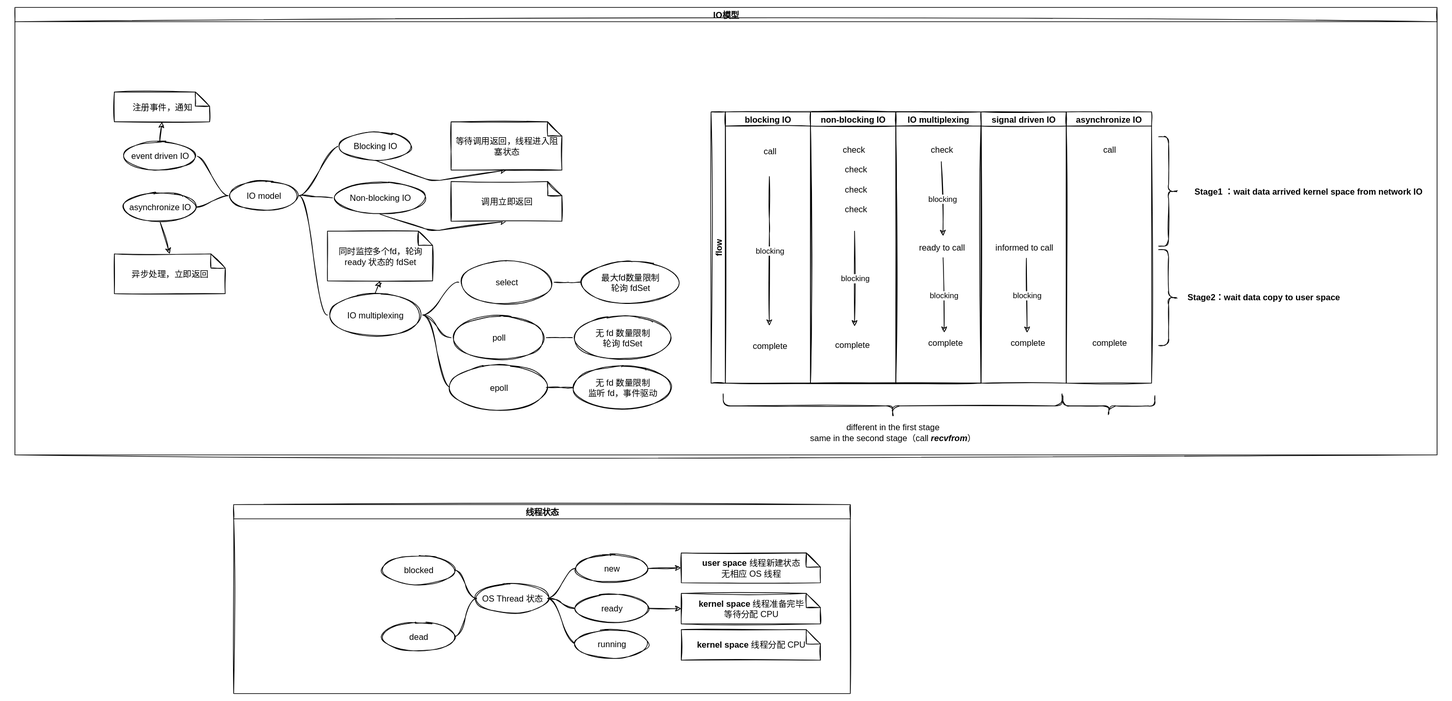
Earlier version of the draw.io export Mindmap/IO模型导图.svg (justin4v/ZettelNotes). Source tidied: cells renumbered, new cells last; positions are measured from the earlier drawing's top-left corner, leaving out a move shared by most shapes.
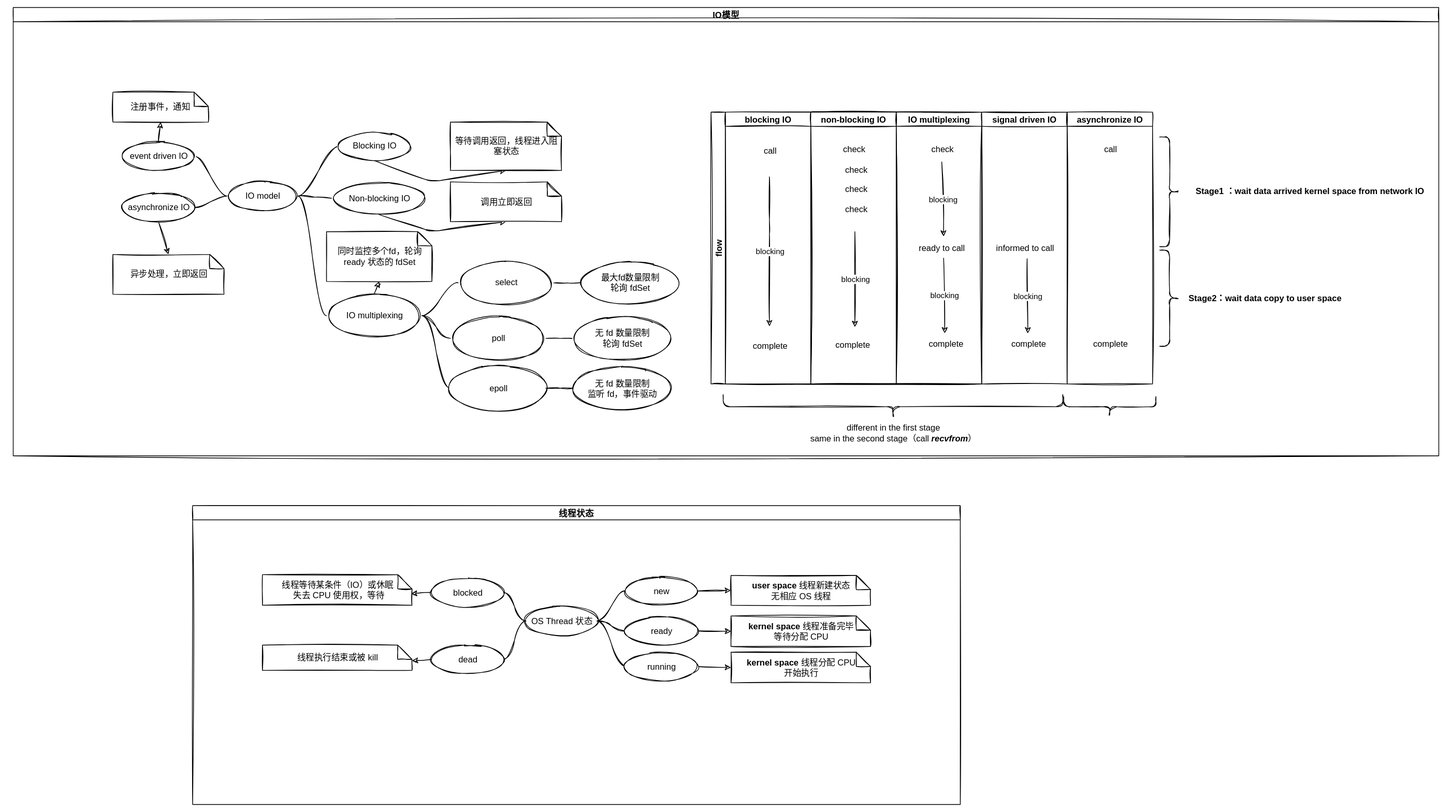
The same diagram one commit later.

The edit, as a diff of the source:
```diff
@@ -238,10 +238,10 @@
       <mxGeometry x="1610" y="182" width="28" height="154" as="geometry" />
     </mxCell>
     <mxCell id="74" value="线程状态" style="swimlane;startSize=20;horizontal=1;containerType=tree;" parent="1" vertex="1">
-      <mxGeometry x="308" y="700" width="868" height="266" as="geometry" />
+      <mxGeometry x="252" y="700" width="1078" height="420" as="geometry" />
     </mxCell>
     <mxCell id="75" value="OS Thread 状态" style="ellipse;whiteSpace=wrap;html=1;align=center;newEdgeStyle={&quot;edgeStyle&quot;:&quot;entityRelationEdgeStyle&quot;,&quot;startArrow&quot;:&quot;none&quot;,&quot;endArrow&quot;:&quot;none&quot;,&quot;segment&quot;:10,&quot;curved&quot;:1};" parent="74" vertex="1">
-      <mxGeometry x="342" y="112" width="100" height="40" as="geometry" />
+      <mxGeometry x="468" y="142" width="100" height="40" as="geometry" />
     </mxCell>
     <mxCell id="76" style="edgeStyle=entityRelationEdgeStyle;html=1;startArrow=none;endArrow=none;segment=10;curved=1;" parent="74" edge="1" source="75" target="78">
       <mxGeometry relative="1" as="geometry" />
@@ -250,7 +250,7 @@
       <mxGeometry relative="1" as="geometry" />
     </mxCell>
     <mxCell id="78" value="new" style="ellipse;whiteSpace=wrap;html=1;align=center;newEdgeStyle={&quot;edgeStyle&quot;:&quot;entityRelationEdgeStyle&quot;,&quot;startArrow&quot;:&quot;none&quot;,&quot;endArrow&quot;:&quot;none&quot;,&quot;segment&quot;:10,&quot;curved&quot;:1};" parent="74" vertex="1">
-      <mxGeometry x="482" y="70" width="100" height="40" as="geometry" />
+      <mxGeometry x="608" y="100" width="100" height="40" as="geometry" />
     </mxCell>
     <mxCell id="79" style="edgeStyle=entityRelationEdgeStyle;html=1;startArrow=none;endArrow=none;segment=10;curved=1;" parent="74" edge="1" source="75" target="81">
       <mxGeometry relative="1" as="geometry" />
@@ -259,34 +259,49 @@
       <mxGeometry relative="1" as="geometry" />
     </mxCell>
     <mxCell id="81" value="ready" style="ellipse;whiteSpace=wrap;html=1;align=center;newEdgeStyle={&quot;edgeStyle&quot;:&quot;entityRelationEdgeStyle&quot;,&quot;startArrow&quot;:&quot;none&quot;,&quot;endArrow&quot;:&quot;none&quot;,&quot;segment&quot;:10,&quot;curved&quot;:1};" parent="74" vertex="1">
-      <mxGeometry x="482" y="126" width="100" height="40" as="geometry" />
+      <mxGeometry x="608" y="156" width="100" height="40" as="geometry" />
     </mxCell>
     <mxCell id="82" style="edgeStyle=entityRelationEdgeStyle;html=1;startArrow=none;endArrow=none;segment=10;curved=1;" parent="74" edge="1" source="75" target="83">
       <mxGeometry relative="1" as="geometry" />
     </mxCell>
+    <mxCell id="91" style="edgeStyle=none;html=1;exitX=1;exitY=0.5;exitDx=0;exitDy=0;entryX=0;entryY=0.5;entryDx=0;entryDy=0;entryPerimeter=0;" parent="74" edge="1" source="83" target="90">
+      <mxGeometry relative="1" as="geometry" />
+    </mxCell>
     <mxCell id="83" value="running" style="ellipse;whiteSpace=wrap;html=1;align=center;newEdgeStyle={&quot;edgeStyle&quot;:&quot;entityRelationEdgeStyle&quot;,&quot;startArrow&quot;:&quot;none&quot;,&quot;endArrow&quot;:&quot;none&quot;,&quot;segment&quot;:10,&quot;curved&quot;:1};" parent="74" vertex="1">
-      <mxGeometry x="482" y="176" width="100" height="40" as="geometry" />
+      <mxGeometry x="608" y="206" width="100" height="40" as="geometry" />
     </mxCell>
     <mxCell id="84" style="edgeStyle=entityRelationEdgeStyle;html=1;startArrow=none;endArrow=none;segment=10;curved=1;" parent="74" edge="1" source="75" target="85">
       <mxGeometry relative="1" as="geometry" />
     </mxCell>
+    <mxCell id="92" style="edgeStyle=none;html=1;exitX=0;exitY=0.5;exitDx=0;exitDy=0;entryX=0.994;entryY=0.623;entryDx=0;entryDy=0;entryPerimeter=0;" parent="74" edge="1" source="85" target="94">
+      <mxGeometry relative="1" as="geometry" />
+    </mxCell>
     <mxCell id="85" value="blocked" style="ellipse;whiteSpace=wrap;html=1;align=center;newEdgeStyle={&quot;edgeStyle&quot;:&quot;entityRelationEdgeStyle&quot;,&quot;startArrow&quot;:&quot;none&quot;,&quot;endArrow&quot;:&quot;none&quot;,&quot;segment&quot;:10,&quot;curved&quot;:1};" parent="74" vertex="1">
-      <mxGeometry x="210" y="72" width="100" height="40" as="geometry" />
+      <mxGeometry x="336" y="102" width="100" height="40" as="geometry" />
     </mxCell>
     <mxCell id="86" style="edgeStyle=entityRelationEdgeStyle;html=1;startArrow=none;endArrow=none;segment=10;curved=1;" parent="74" edge="1" source="75" target="87">
       <mxGeometry relative="1" as="geometry" />
     </mxCell>
+    <mxCell id="93" style="edgeStyle=none;html=1;exitX=0;exitY=0.5;exitDx=0;exitDy=0;entryX=1;entryY=0.623;entryDx=0;entryDy=0;entryPerimeter=0;" parent="74" edge="1" source="87" target="95">
+      <mxGeometry relative="1" as="geometry" />
+    </mxCell>
     <mxCell id="87" value="dead" style="ellipse;whiteSpace=wrap;html=1;align=center;newEdgeStyle={&quot;edgeStyle&quot;:&quot;entityRelationEdgeStyle&quot;,&quot;startArrow&quot;:&quot;none&quot;,&quot;endArrow&quot;:&quot;none&quot;,&quot;segment&quot;:10,&quot;curved&quot;:1};" parent="74" vertex="1">
-      <mxGeometry x="210" y="166" width="100" height="40" as="geometry" />
+      <mxGeometry x="336" y="196" width="100" height="40" as="geometry" />
     </mxCell>
     <mxCell id="88" value="&lt;b&gt;user space&lt;/b&gt;&amp;nbsp;线程新建状态&lt;br&gt;无相应 OS 线程" style="shape=note;size=20;whiteSpace=wrap;html=1;" parent="74" vertex="1">
-      <mxGeometry x="630" y="68" width="196" height="42" as="geometry" />
+      <mxGeometry x="756" y="98" width="196" height="42" as="geometry" />
     </mxCell>
     <mxCell id="89" value="&lt;b&gt;kernel space&lt;/b&gt;&amp;nbsp;线程准备完毕&lt;br&gt;等待分配 CPU" style="shape=note;size=20;whiteSpace=wrap;html=1;" parent="74" vertex="1">
-      <mxGeometry x="630" y="125" width="196" height="43" as="geometry" />
+      <mxGeometry x="756" y="155" width="196" height="43" as="geometry" />
     </mxCell>
-    <mxCell id="90" value="&lt;b&gt;kernel space&lt;/b&gt;&amp;nbsp;线程分配 CPU" style="shape=note;size=20;whiteSpace=wrap;html=1;" parent="74" vertex="1">
-      <mxGeometry x="630" y="176" width="196" height="43" as="geometry" />
+    <mxCell id="90" value="&lt;b&gt;kernel space&lt;/b&gt;&amp;nbsp;线程分配 CPU&lt;br&gt;开始执行" style="shape=note;size=20;whiteSpace=wrap;html=1;" parent="74" vertex="1">
+      <mxGeometry x="756" y="206" width="196" height="43" as="geometry" />
     </mxCell>
+    <mxCell id="94" value="线程等待某条件（IO）或休眠&lt;br&gt;&amp;nbsp;失去 CPU 使用权，等待" style="shape=note;size=20;whiteSpace=wrap;html=1;" parent="74" vertex="1">
+      <mxGeometry x="98" y="97" width="210" height="43" as="geometry" />
+    </mxCell>
+    <mxCell id="95" value="线程执行结束或被 kill" style="shape=note;size=20;whiteSpace=wrap;html=1;" parent="74" vertex="1">
+      <mxGeometry x="98" y="196" width="210" height="35.5" as="geometry" />
+    </mxCell>
   </root>
 </mxGraphModel>
```
